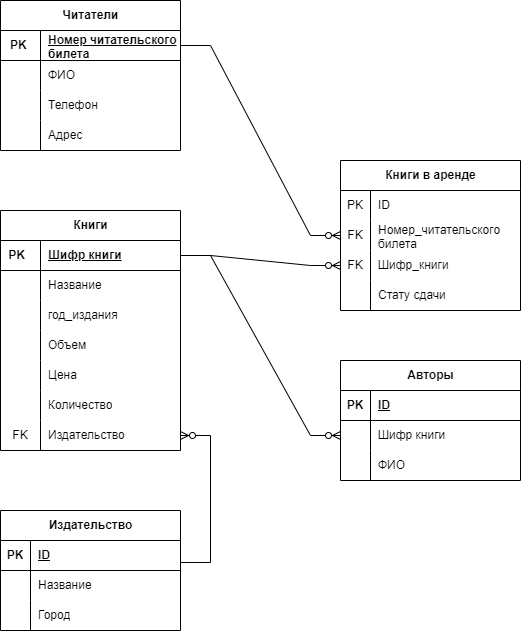
Earlier version of the draw.io export Диаграмма библиотеки.drawio.png (OlegVDE/2.1_Library). Source tidied: cells renumbered, new cells last; positions are measured from the earlier drawing's top-left corner, leaving out a move shared by most shapes.
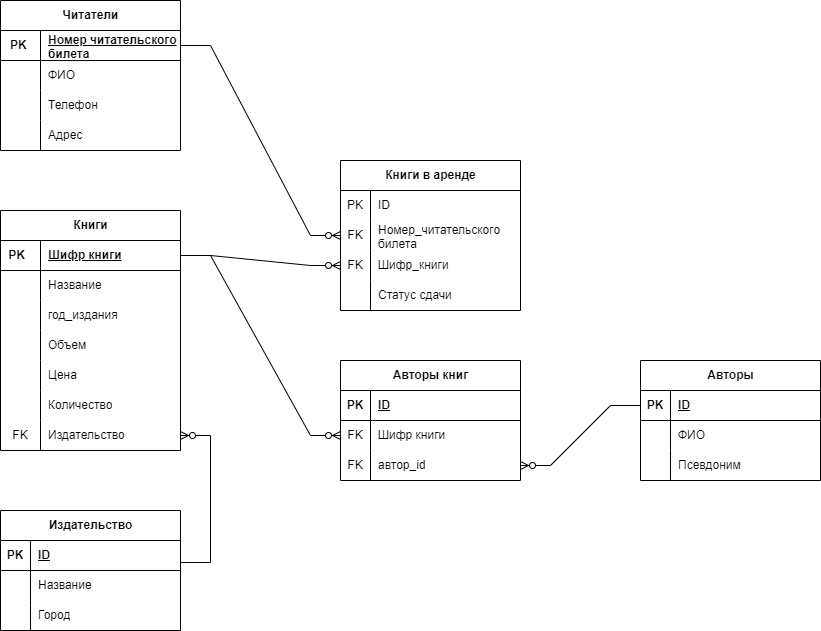
After the commit.

Commit message:
правка по авторам: сделал отдельную таблицу с авторами и таблицу авторы книг

The edit, as a diff of the source:
```diff
@@ -176,7 +176,7 @@
     <mxCell id="59" style="shape=partialRectangle;fillColor=none;top=0;left=0;bottom=0;right=0;overflow=hidden;whiteSpace=wrap;html=1;" parent="58" vertex="1">
       <mxGeometry width="30" height="30" as="geometry" />
     </mxCell>
-    <mxCell id="60" value="Стату сдачи" style="shape=partialRectangle;fillColor=none;top=0;left=0;bottom=0;right=0;align=left;spacingLeft=6;overflow=hidden;whiteSpace=wrap;html=1;" parent="58" vertex="1">
+    <mxCell id="60" value="Статуc сдачи" style="shape=partialRectangle;fillColor=none;top=0;left=0;bottom=0;right=0;align=left;spacingLeft=6;overflow=hidden;whiteSpace=wrap;html=1;" parent="58" vertex="1">
       <mxGeometry x="30" width="150" height="30" as="geometry" />
     </mxCell>
     <mxCell id="61" style="edgeStyle=entityRelationEdgeStyle;fontSize=12;html=1;endArrow=ERzeroToMany;endFill=1;rounded=0;exitX=1;exitY=0.5;exitDx=0;exitDy=0;entryX=0;entryY=0.5;entryDx=0;entryDy=0;" parent="1" edge="1" source="3" target="52">
@@ -185,7 +185,7 @@
     <mxCell id="62" style="edgeStyle=entityRelationEdgeStyle;fontSize=12;html=1;endArrow=ERzeroToMany;endFill=1;rounded=0;exitX=1;exitY=0.5;exitDx=0;exitDy=0;entryX=0;entryY=0.5;entryDx=0;entryDy=0;" parent="1" edge="1" source="16" target="55">
       <mxGeometry relative="1" as="geometry" />
     </mxCell>
-    <mxCell id="63" value="Авторы" style="shape=table;startSize=30;rowLines=0;fontStyle=1;align=center;html=1;" parent="1" vertex="1">
+    <mxCell id="63" value="Авторы книг" style="shape=table;startSize=30;rowLines=0;fontStyle=1;align=center;html=1;" parent="1" vertex="1">
       <mxGeometry x="340" y="360" width="180" height="120" as="geometry" />
     </mxCell>
     <mxCell id="64" style="shape=tableRow;horizontal=0;startSize=0;swimlaneHead=0;swimlaneBody=0;fillColor=none;top=0;left=0;right=0;bottom=1;" parent="63" vertex="1">
@@ -200,7 +200,7 @@
     <mxCell id="67" style="shape=tableRow;horizontal=0;startSize=0;swimlaneHead=0;swimlaneBody=0;fillColor=none;points=[[0,0.5],[1,0.5]];portConstraint=eastwest;top=0;left=0;right=0;bottom=0;" parent="63" vertex="1">
       <mxGeometry y="60" width="180" height="30" as="geometry" />
     </mxCell>
-    <mxCell id="68" style="shape=partialRectangle;fillColor=none;top=0;left=0;bottom=0;right=0;overflow=hidden;whiteSpace=wrap;html=1;" parent="67" vertex="1">
+    <mxCell id="68" value="FK" style="shape=partialRectangle;fillColor=none;top=0;left=0;bottom=0;right=0;overflow=hidden;whiteSpace=wrap;html=1;" parent="67" vertex="1">
       <mxGeometry width="30" height="30" as="geometry" />
     </mxCell>
     <mxCell id="69" value="Шифр книги" style="shape=partialRectangle;fillColor=none;top=0;left=0;bottom=0;right=0;align=left;spacingLeft=6;overflow=hidden;whiteSpace=wrap;html=1;" parent="67" vertex="1">
@@ -209,14 +209,47 @@
     <mxCell id="70" style="shape=tableRow;horizontal=0;startSize=0;swimlaneHead=0;swimlaneBody=0;fillColor=none;points=[[0,0.5],[1,0.5]];portConstraint=eastwest;top=0;left=0;right=0;bottom=0;" parent="63" vertex="1">
       <mxGeometry y="90" width="180" height="30" as="geometry" />
     </mxCell>
-    <mxCell id="71" style="shape=partialRectangle;fillColor=none;top=0;left=0;bottom=0;right=0;overflow=hidden;whiteSpace=wrap;html=1;" parent="70" vertex="1">
+    <mxCell id="71" value="FK" style="shape=partialRectangle;fillColor=none;top=0;left=0;bottom=0;right=0;overflow=hidden;whiteSpace=wrap;html=1;" parent="70" vertex="1">
       <mxGeometry width="30" height="30" as="geometry" />
     </mxCell>
-    <mxCell id="72" value="ФИО" style="shape=partialRectangle;fillColor=none;top=0;left=0;bottom=0;right=0;align=left;spacingLeft=6;overflow=hidden;whiteSpace=wrap;html=1;" parent="70" vertex="1">
+    <mxCell id="72" value="автор_id" style="shape=partialRectangle;fillColor=none;top=0;left=0;bottom=0;right=0;align=left;spacingLeft=6;overflow=hidden;whiteSpace=wrap;html=1;" parent="70" vertex="1">
       <mxGeometry x="30" width="150" height="30" as="geometry" />
     </mxCell>
     <mxCell id="73" style="edgeStyle=entityRelationEdgeStyle;fontSize=12;html=1;endArrow=ERzeroToMany;endFill=1;rounded=0;" parent="1" edge="1" source="16" target="67">
       <mxGeometry relative="1" as="geometry" />
     </mxCell>
+    <mxCell id="74" value="Авторы" style="shape=table;startSize=30;rowLines=0;fontStyle=1;align=center;html=1;" parent="1" vertex="1">
+      <mxGeometry x="640" y="360" width="180" height="120" as="geometry" />
+    </mxCell>
+    <mxCell id="75" style="shape=tableRow;horizontal=0;startSize=0;swimlaneHead=0;swimlaneBody=0;fillColor=none;points=[[0,0.5],[1,0.5]];portConstraint=eastwest;top=0;left=0;right=0;bottom=1;" parent="74" vertex="1">
+      <mxGeometry y="30" width="180" height="30" as="geometry" />
+    </mxCell>
+    <mxCell id="76" value="PK" style="shape=partialRectangle;fillColor=none;top=0;left=0;bottom=0;right=0;fontStyle=1;overflow=hidden;whiteSpace=wrap;html=1;" parent="75" vertex="1">
+      <mxGeometry width="30" height="30" as="geometry" />
+    </mxCell>
+    <mxCell id="77" value="ID" style="shape=partialRectangle;fillColor=none;top=0;left=0;bottom=0;right=0;align=left;spacingLeft=6;fontStyle=5;overflow=hidden;whiteSpace=wrap;html=1;" parent="75" vertex="1">
+      <mxGeometry x="30" width="150" height="30" as="geometry" />
+    </mxCell>
+    <mxCell id="78" style="shape=tableRow;horizontal=0;startSize=0;swimlaneHead=0;swimlaneBody=0;fillColor=none;top=0;left=0;right=0;bottom=0;" parent="74" vertex="1">
+      <mxGeometry y="60" width="180" height="30" as="geometry" />
+    </mxCell>
+    <mxCell id="79" style="shape=partialRectangle;fillColor=none;top=0;left=0;bottom=0;right=0;overflow=hidden;whiteSpace=wrap;html=1;" parent="78" vertex="1">
+      <mxGeometry width="30" height="30" as="geometry" />
+    </mxCell>
+    <mxCell id="80" value="ФИО" style="shape=partialRectangle;fillColor=none;top=0;left=0;bottom=0;right=0;align=left;spacingLeft=6;overflow=hidden;whiteSpace=wrap;html=1;" parent="78" vertex="1">
+      <mxGeometry x="30" width="150" height="30" as="geometry" />
+    </mxCell>
+    <mxCell id="81" style="shape=tableRow;horizontal=0;startSize=0;swimlaneHead=0;swimlaneBody=0;fillColor=none;top=0;left=0;right=0;bottom=0;" parent="74" vertex="1">
+      <mxGeometry y="90" width="180" height="30" as="geometry" />
+    </mxCell>
+    <mxCell id="82" style="shape=partialRectangle;fillColor=none;top=0;left=0;bottom=0;right=0;overflow=hidden;whiteSpace=wrap;html=1;" parent="81" vertex="1">
+      <mxGeometry width="30" height="30" as="geometry" />
+    </mxCell>
+    <mxCell id="83" value="Псевдоним" style="shape=partialRectangle;fillColor=none;top=0;left=0;bottom=0;right=0;align=left;spacingLeft=6;overflow=hidden;whiteSpace=wrap;html=1;" parent="81" vertex="1">
+      <mxGeometry x="30" width="150" height="30" as="geometry" />
+    </mxCell>
+    <mxCell id="84" style="edgeStyle=entityRelationEdgeStyle;fontSize=12;html=1;endArrow=ERzeroToMany;endFill=1;rounded=0;entryX=1;entryY=0.5;entryDx=0;entryDy=0;" parent="1" edge="1" source="75" target="70">
+      <mxGeometry relative="1" as="geometry" />
+    </mxCell>
   </root>
 </mxGraphModel>
```
